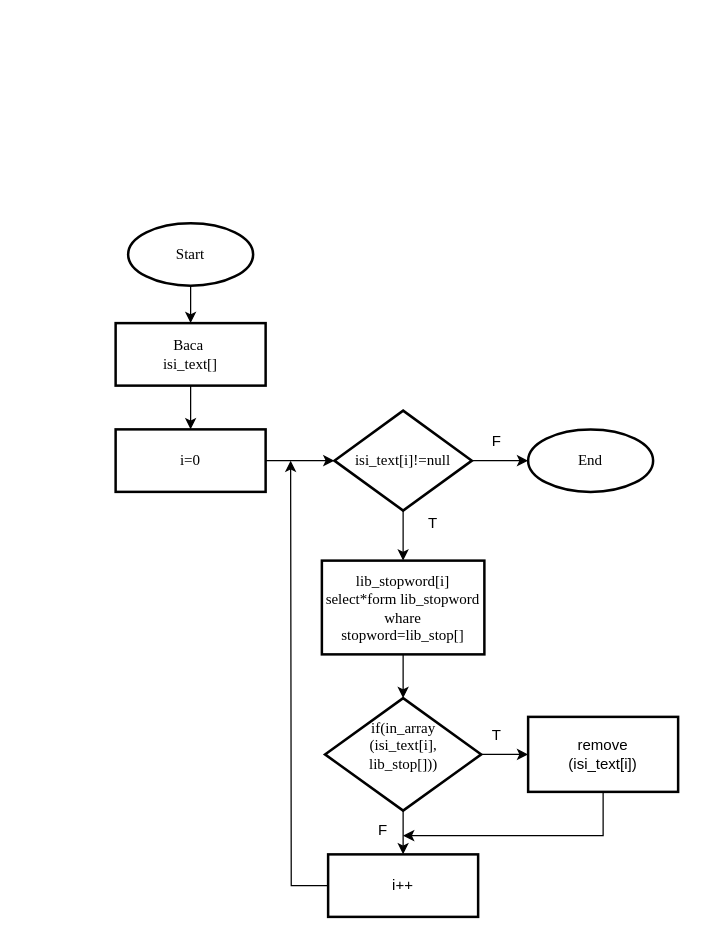
Before: Paper_1711502821_Wahyu Desena/Draw.io/Flowchart/Stopword.drawio in desenawahyu17/similarity-checker, a draw.io diagram. Source tidied: cells renumbered, new cells numbered last; positions are measured from the earlier drawing's top-left corner, leaving out a move shared by most shapes. Both pictures are drawn from the tidied source at 125%, with x=0, y=0 at pixel (115, 222).
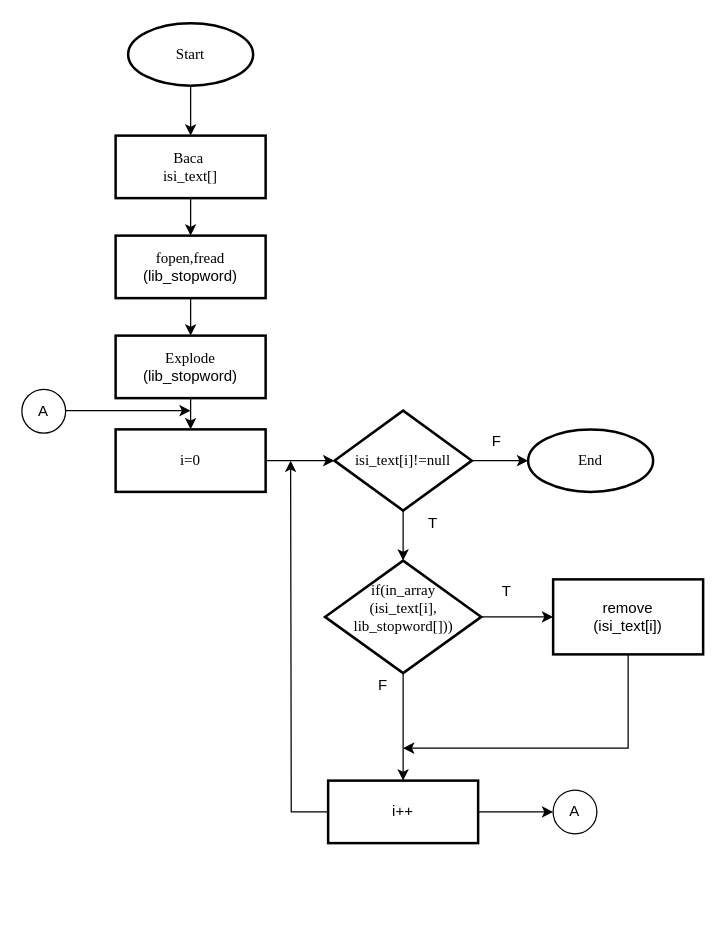
The same diagram, later.

Unchanged cells that the change refers to:
```xml
<mxCell id="8" value="&lt;font face=&quot;Times New Roman&quot;&gt;i=0&lt;/font&gt;" style="whiteSpace=wrap;html=1;strokeWidth=2;" parent="1" vertex="1">
  <mxGeometry y="165" width="120" height="50" as="geometry" />
</mxCell>
<mxCell id="11" value="&lt;font face=&quot;Times New Roman&quot;&gt;isi_text[i]!=null&lt;/font&gt;" style="rhombus;whiteSpace=wrap;html=1;strokeWidth=2;" parent="1" vertex="1">
  <mxGeometry x="175" y="150" width="110" height="80" as="geometry" />
</mxCell>
```

The edit, as a diff of the source:
```diff
@@
     <mxCell id="3" value="&lt;font face=&quot;Times New Roman&quot;&gt;Start&lt;/font&gt;" style="strokeWidth=2;html=1;shape=mxgraph.flowchart.start_1;whiteSpace=wrap;" parent="1" vertex="1">
-      <mxGeometry x="10" width="100" height="50" as="geometry" />
+      <mxGeometry x="10" y="-160" width="100" height="50" as="geometry" />
     </mxCell>
@@
-    <mxCell id="5" style="edgeStyle=orthogonalEdgeStyle;rounded=0;jettySize=auto;html=1;" parent="1" edge="1" source="6" target="8">
-      <mxGeometry relative="1" as="geometry" />
-    </mxCell>
+    <mxCell id="25" style="edgeStyle=orthogonalEdgeStyle;rounded=0;jettySize=auto;html=1;" parent="1" edge="1" source="6" target="31">
+      <mxGeometry relative="1" as="geometry" />
+    </mxCell>
     <mxCell id="6" value="&lt;font face=&quot;Times New Roman&quot;&gt;Baca&amp;nbsp;&lt;br&gt;isi_text[]&lt;/font&gt;" style="whiteSpace=wrap;html=1;strokeWidth=2;" parent="1" vertex="1">
-      <mxGeometry y="80" width="120" height="50" as="geometry" />
+      <mxGeometry y="-70" width="120" height="50" as="geometry" />
     </mxCell>
@@
-    <mxCell id="9" style="edgeStyle=orthogonalEdgeStyle;rounded=0;jettySize=auto;html=1;" parent="1" edge="1" source="11" target="13">
-      <mxGeometry relative="1" as="geometry" />
+    <mxCell id="9" style="edgeStyle=orthogonalEdgeStyle;rounded=0;jettySize=auto;html=1;" parent="1" edge="1" source="11">
+      <mxGeometry relative="1" as="geometry">
+        <mxPoint x="230" y="270" as="targetPoint" />
+      </mxGeometry>
     </mxCell>
@@
-    <mxCell id="12" style="edgeStyle=orthogonalEdgeStyle;rounded=0;jettySize=auto;html=1;" parent="1" edge="1" source="13" target="18">
-      <mxGeometry relative="1" as="geometry" />
-    </mxCell>
-    <mxCell id="13" value="&lt;font face=&quot;Times New Roman&quot;&gt;lib_stopword[i]&lt;br&gt;select*form lib_stopword whare&lt;br&gt;stopword=lib_stop[]&lt;/font&gt;" style="whiteSpace=wrap;html=1;strokeWidth=2;" parent="1" vertex="1">
-      <mxGeometry x="165" y="270" width="130" height="75" as="geometry" />
-    </mxCell>
@@
+    <mxCell id="26" style="edgeStyle=orthogonalEdgeStyle;rounded=0;jettySize=auto;html=1;entryX=0;entryY=0.5;entryDx=0;entryDy=0;" parent="1" edge="1" source="15" target="34">
+      <mxGeometry relative="1" as="geometry" />
+    </mxCell>
     <mxCell id="15" value="i++" style="whiteSpace=wrap;html=1;strokeWidth=2;" parent="1" vertex="1">
-      <mxGeometry x="170" y="505" width="120" height="50" as="geometry" />
+      <mxGeometry x="170" y="446" width="120" height="50" as="geometry" />
     </mxCell>
@@
-    <mxCell id="18" value="&lt;font face=&quot;Times New Roman&quot;&gt;if(in_array&lt;br&gt;(isi_text[i], &lt;br&gt;lib_stop[]))&lt;br&gt;&lt;br&gt;&lt;/font&gt;" style="rhombus;whiteSpace=wrap;html=1;strokeWidth=2;" parent="1" vertex="1">
-      <mxGeometry x="167.5" y="380" width="125" height="90" as="geometry" />
+    <mxCell id="18" value="&lt;font face=&quot;Times New Roman&quot;&gt;if(in_array&lt;br&gt;(isi_text[i], &lt;br&gt;lib_stopword[]))&lt;br&gt;&lt;br&gt;&lt;/font&gt;" style="rhombus;whiteSpace=wrap;html=1;strokeWidth=2;" parent="1" vertex="1">
+      <mxGeometry x="167.5" y="270" width="125" height="90" as="geometry" />
     </mxCell>
-    <mxCell id="19" style="edgeStyle=orthogonalEdgeStyle;rounded=0;jettySize=auto;html=1;" parent="1" edge="1" source="20">
-      <mxGeometry relative="1" as="geometry">
-        <mxPoint x="230" y="490" as="targetPoint" />
-        <Array as="points">
-          <mxPoint x="390" y="490" />
-        </Array>
-      </mxGeometry>
-    </mxCell>
+    <mxCell id="27" style="edgeStyle=orthogonalEdgeStyle;rounded=0;jettySize=auto;html=1;" parent="1" edge="1" source="20">
+      <mxGeometry relative="1" as="geometry">
+        <mxPoint x="230" y="420" as="targetPoint" />
+        <Array as="points">
+          <mxPoint x="410" y="420" />
+        </Array>
+      </mxGeometry>
+    </mxCell>
     <mxCell id="20" value="remove&lt;br&gt;(isi_text[i])" style="whiteSpace=wrap;html=1;strokeWidth=2;" parent="1" vertex="1">
-      <mxGeometry x="330" y="395" width="120" height="60" as="geometry" />
+      <mxGeometry x="350" y="285" width="120" height="60" as="geometry" />
     </mxCell>
     <mxCell id="21" value="T" style="text;html=1;strokeColor=none;fillColor=none;align=center;verticalAlign=middle;whiteSpace=wrap;rounded=0;" parent="1" vertex="1">
-      <mxGeometry x="285" y="400" width="40" height="20" as="geometry" />
+      <mxGeometry x="292.5" y="285" width="40" height="20" as="geometry" />
     </mxCell>
     <mxCell id="22" value="F" style="text;html=1;strokeColor=none;fillColor=none;align=center;verticalAlign=middle;whiteSpace=wrap;rounded=0;" parent="1" vertex="1">
-      <mxGeometry x="194" y="476" width="40" height="20" as="geometry" />
+      <mxGeometry x="194" y="360" width="40" height="20" as="geometry" />
     </mxCell>
@@
+    <mxCell id="28" style="edgeStyle=orthogonalEdgeStyle;rounded=0;jettySize=auto;html=1;" parent="1" edge="1" source="29" target="8">
+      <mxGeometry relative="1" as="geometry" />
+    </mxCell>
+    <mxCell id="29" value="&lt;font face=&quot;Times New Roman&quot;&gt;Explode&lt;br&gt;&lt;/font&gt;(lib_stopword)" style="whiteSpace=wrap;html=1;strokeWidth=2;" parent="1" vertex="1">
+      <mxGeometry y="90" width="120" height="50" as="geometry" />
+    </mxCell>
+    <mxCell id="30" style="edgeStyle=orthogonalEdgeStyle;rounded=0;jettySize=auto;html=1;" parent="1" edge="1" source="31" target="29">
+      <mxGeometry relative="1" as="geometry" />
+    </mxCell>
+    <mxCell id="31" value="&lt;font face=&quot;Times New Roman&quot;&gt;fopen,fread&lt;br&gt;&lt;/font&gt;(lib_stopword)" style="whiteSpace=wrap;html=1;strokeWidth=2;" parent="1" vertex="1">
+      <mxGeometry y="10" width="120" height="50" as="geometry" />
+    </mxCell>
+    <mxCell id="32" style="edgeStyle=orthogonalEdgeStyle;rounded=0;jettySize=auto;html=1;" parent="1" edge="1" source="33">
+      <mxGeometry relative="1" as="geometry">
+        <mxPoint x="60" y="150" as="targetPoint" />
+      </mxGeometry>
+    </mxCell>
+    <mxCell id="33" value="A" style="ellipse;whiteSpace=wrap;html=1;" parent="1" vertex="1">
+      <mxGeometry x="-75" y="133" width="35" height="35" as="geometry" />
+    </mxCell>
+    <mxCell id="34" value="A" style="ellipse;whiteSpace=wrap;html=1;" parent="1" vertex="1">
+      <mxGeometry x="350" y="453.5" width="35" height="35" as="geometry" />
+    </mxCell>
```
